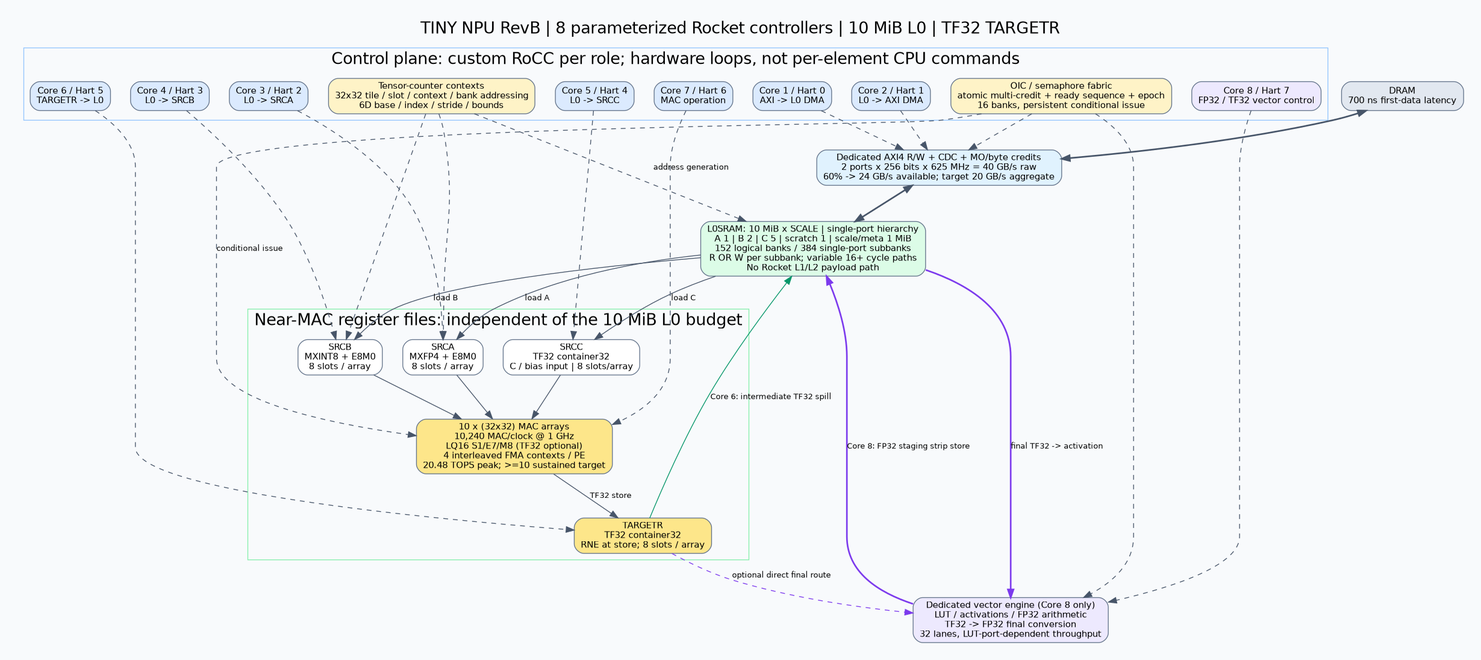
jhroh13/chipyard keeps this Graphviz diagram as tiny-npu/architecture/v2/architecture.png. Above is the earlier version. Its source is kept beside it as tiny-npu/architecture/v2/architecture.dot. Source of this version:
```dot
digraph tiny_npu_v2 {
 graph [rankdir=TB,bgcolor="#f8fafc",pad=0.3,nodesep=0.35,ranksep=0.6,fontname="DejaVu Sans",label="TINY NPU RevB | 8 parameterized Rocket controllers | 10 MiB L0 | TF32 TARGETR",labelloc=t,fontsize=20];
 node [shape=box,style="rounded,filled",fillcolor="white",color="#64748b",fontname="DejaVu Sans",fontsize=11];
 edge [fontname="DejaVu Sans",fontsize=10,color="#475569"];
 subgraph cluster_control {
  label="Control plane: custom RoCC per role; hardware loops, not per-element CPU commands";color="#93c5fd";
  h0[label="Core 1 / Hart 0\nAXI -> L0 DMA",fillcolor="#dbeafe"];
  h1[label="Core 2 / Hart 1\nL0 -> AXI DMA",fillcolor="#dbeafe"];
  h2[label="Core 3 / Hart 2\nL0 -> SRCA",fillcolor="#dbeafe"];
  h3[label="Core 4 / Hart 3\nL0 -> SRCB",fillcolor="#dbeafe"];
  h4[label="Core 5 / Hart 4\nL0 -> SRCC",fillcolor="#dbeafe"];
  h5[label="Core 6 / Hart 5\nTARGETR -> L0",fillcolor="#dbeafe"];
  h6[label="Core 7 / Hart 6\nMAC operation",fillcolor="#dbeafe"];
  h7[label="Core 8 / Hart 7\nFP32 / TF32 vector control",fillcolor="#ede9fe"];
  {rank=same;h0;h1;h2;h3;}
  {rank=same;h4;h5;h6;h7;}
  tc[label="Tensor-counter contexts\n32x32 tile / slot / context / bank addressing\n6D base / index / stride / bounds",fillcolor="#fef3c7"];
  oic[label="OIC / semaphore fabric\natomic multi-credit + ready sequence + epoch\n16 banks, persistent conditional issue",fillcolor="#fef3c7"];
 }
 dram[label="DRAM\n700 ns first-data latency",fillcolor="#e2e8f0"];
 dma[label="Dedicated AXI4 R/W + CDC + MO/byte credits\n2 ports x 256 bits x 625 MHz = 40 GB/s raw\n60% -> 24 GB/s available; target 20 GB/s aggregate",fillcolor="#e0f2fe"];
 l0[label="L0SRAM: 10 MiB x SCALE | single-port hierarchy\nA 1 | B 2 | C 5 | scratch 1 | scale/meta 1 MiB\n152 logical banks / 384 single-port subbanks\nR OR W per subbank; variable 16+ cycle paths\nNo Rocket L1/L2 payload path",fillcolor="#dcfce7"];
 subgraph cluster_near {
  label="Near-MAC register files: independent of the 10 MiB L0 budget";color="#86efac";
  ra[label="SRCA\nMXFP4 + E8M0\n8 slots / array"];
  rb[label="SRCB\nMXINT8 + E8M0\n8 slots / array"];
  rc[label="SRCC\nTF32 container32\nC / bias input | 8 slots/array"];
  mac[label="10 x (32x32) MAC arrays\n10,240 MAC/clock @ 1 GHz\nLQ16 S1/E7/M8 (TF32 optional)\n4 interleaved FMA contexts / PE\n20.48 TOPS peak; >=10 sustained target",fillcolor="#fde68a"];
  tr[label="TARGETR\nTF32 container32\nRNE at store; 8 slots / array",fillcolor="#fde68a"];
 }
 vec[label="Dedicated vector engine (Core 8 only)\nLUT / activations / FP32 arithmetic\nTF32 -> FP32 final conversion\n32 lanes, LUT-port-dependent throughput",fillcolor="#ede9fe"];
 dram -> dma [dir=both,penwidth=2];dma -> l0 [dir=both,penwidth=2];
 l0 -> ra [label="load A"];l0 -> rb [label="load B"];l0 -> rc [label="load C"];
 ra -> mac;rb -> mac;rc -> mac;mac -> tr [label="TF32 store"];
 tr -> l0 [label="Core 6: intermediate TF32 spill",color="#059669"];
 tr -> vec [label="optional direct final route",style=dashed,color="#7c3aed"];
 vec -> l0 [label="Core 8: FP32 staging strip store",color="#7c3aed",penwidth=2];
 l0 -> vec [label="final TF32 -> activation",color="#7c3aed",penwidth=2];
 h0 -> dma [style=dashed];h1 -> dma [style=dashed];h2 -> ra [style=dashed];h3 -> rb [style=dashed];h4 -> rc [style=dashed];h5 -> tr [style=dashed];h6 -> mac [style=dashed];h7 -> vec [style=dashed];
 tc -> l0 [style=dashed,label="address generation"];tc -> ra [style=dashed];tc -> rb [style=dashed];
 oic -> mac [style=dashed,label="conditional issue"];oic -> dma [style=dashed];oic -> vec [style=dashed];
}
```
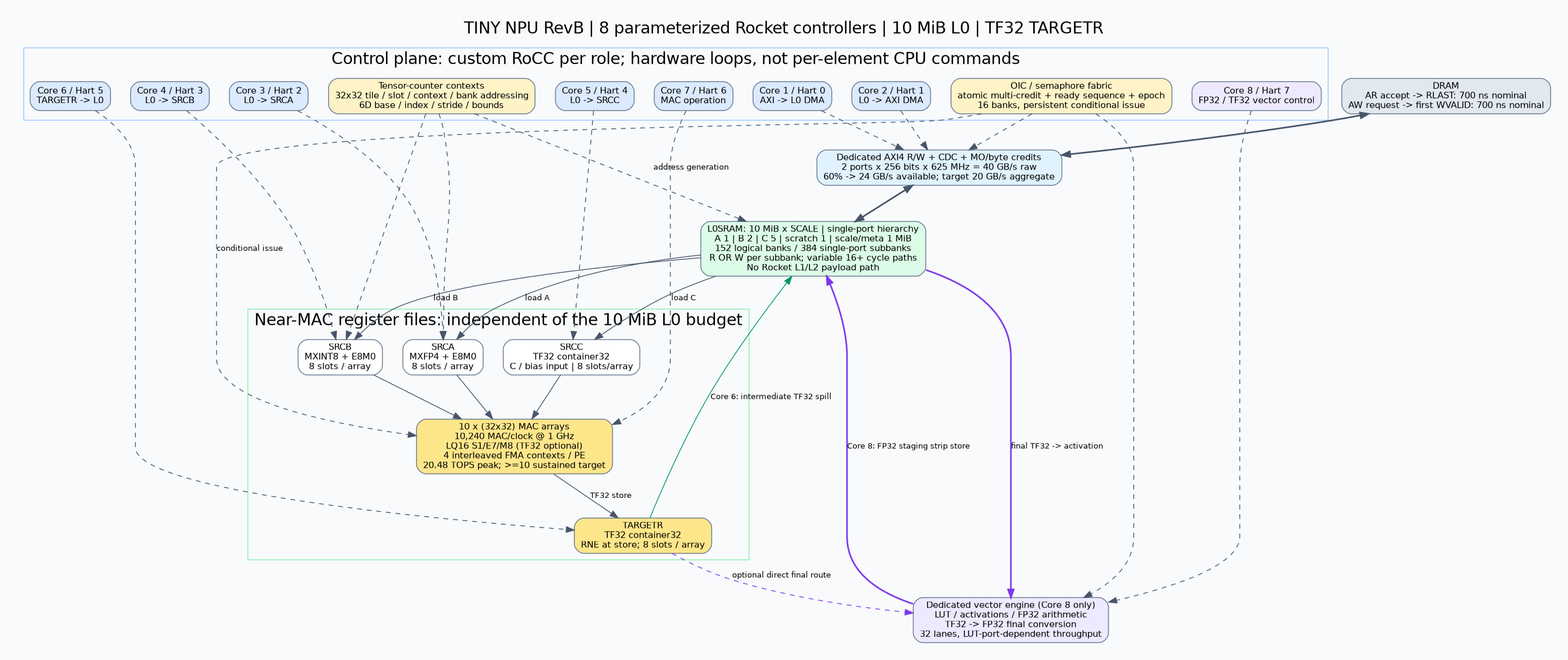
The same diagram one commit later.

What changed in the source:
```diff
@@ -17,7 +17,7 @@
   tc[label="Tensor-counter contexts\n32x32 tile / slot / context / bank addressing\n6D base / index / stride / bounds",fillcolor="#fef3c7"];
   oic[label="OIC / semaphore fabric\natomic multi-credit + ready sequence + epoch\n16 banks, persistent conditional issue",fillcolor="#fef3c7"];
  }
- dram[label="DRAM\n700 ns first-data latency",fillcolor="#e2e8f0"];
+ dram[label="DRAM\nAR accept -> RLAST: 700 ns nominal\nAW request -> first WVALID: 700 ns nominal",fillcolor="#e2e8f0"];
  dma[label="Dedicated AXI4 R/W + CDC + MO/byte credits\n2 ports x 256 bits x 625 MHz = 40 GB/s raw\n60% -> 24 GB/s available; target 20 GB/s aggregate",fillcolor="#e0f2fe"];
  l0[label="L0SRAM: 10 MiB x SCALE | single-port hierarchy\nA 1 | B 2 | C 5 | scratch 1 | scale/meta 1 MiB\n152 logical banks / 384 single-port subbanks\nR OR W per subbank; variable 16+ cycle paths\nNo Rocket L1/L2 payload path",fillcolor="#dcfce7"];
  subgraph cluster_near {
```
